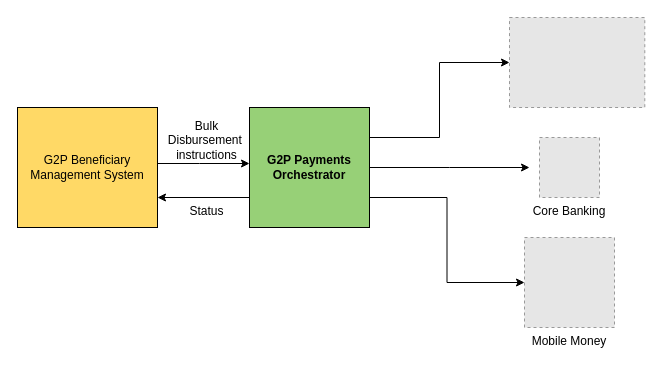
The draw.io diagram .gitbook/assets/g2p-payments-orchestrator.drawio in OpenG2P/openg2p-documentation, before the edit. Source tidied: cells renumbered, new cells numbered last; positions are measured from the earlier drawing's top-left corner, leaving out a move shared by most shapes. Both pictures are drawn from the tidied source at 100%, with x=0, y=0 at pixel (17, 17). Pictures stored in the file or linked from it are replaced by grey dashed boxes.
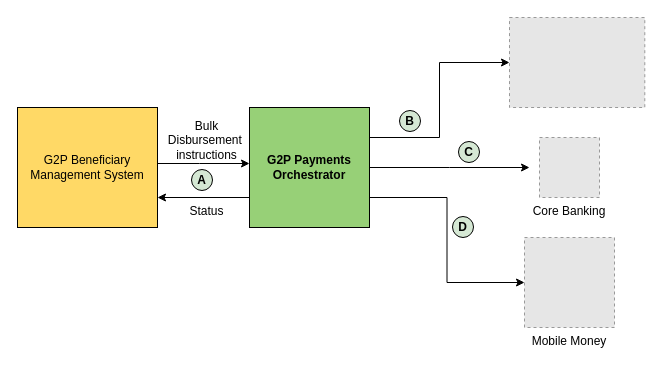
The same page after the edit.

The edit, as a diff of the source:
```diff
@@
+    <mxCell id="14" value="&lt;b&gt;A&lt;/b&gt;" style="ellipse;whiteSpace=wrap;html=1;fillColor=#D5E8D4;" parent="1" vertex="1">
+      <mxGeometry x="174" y="152" width="21" height="21" as="geometry" />
+    </mxCell>
+    <mxCell id="15" value="&lt;b&gt;B&lt;/b&gt;" style="ellipse;whiteSpace=wrap;html=1;fillColor=#D5E8D4;" parent="1" vertex="1">
+      <mxGeometry x="382" y="93" width="21" height="21" as="geometry" />
+    </mxCell>
+    <mxCell id="16" value="&lt;b&gt;C&lt;/b&gt;" style="ellipse;whiteSpace=wrap;html=1;fillColor=#D5E8D4;" parent="1" vertex="1">
+      <mxGeometry x="441" y="124" width="21" height="21" as="geometry" />
+    </mxCell>
+    <mxCell id="17" value="&lt;b&gt;D&lt;/b&gt;" style="ellipse;whiteSpace=wrap;html=1;fillColor=#D5E8D4;" parent="1" vertex="1">
+      <mxGeometry x="435" y="199" width="21" height="21" as="geometry" />
+    </mxCell>
```
